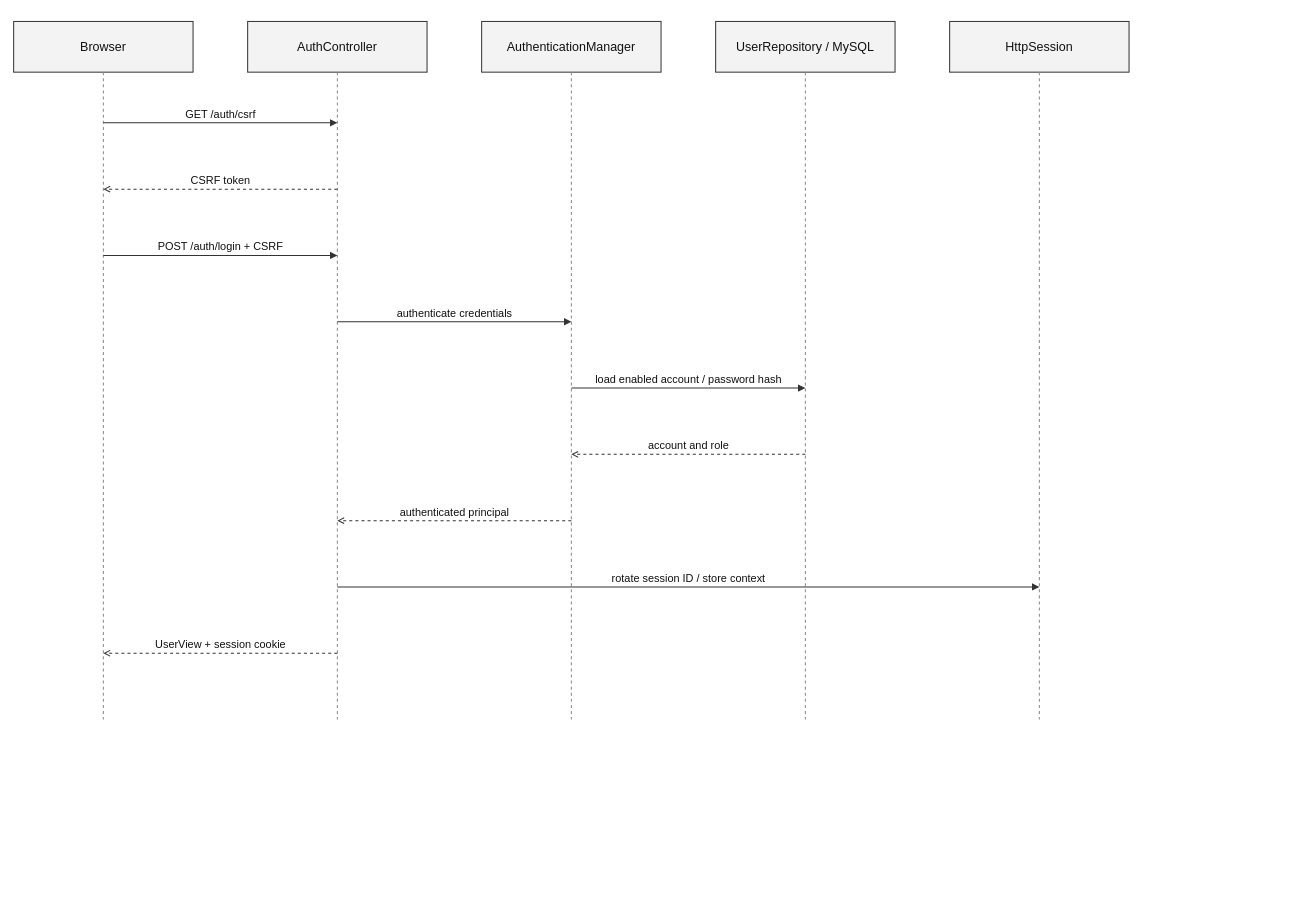
Before: thesis/figure-assets/diagrams/18-seq-login.drawio in ZeroRegister/SupermarketsSystem, a draw.io diagram. Source tidied: cells renumbered, new cells numbered last; positions are measured from the earlier drawing's top-left corner, leaving out a move shared by most shapes. Both pictures are drawn from the tidied source at 78%, with x=0, y=0 at pixel (13, 21).
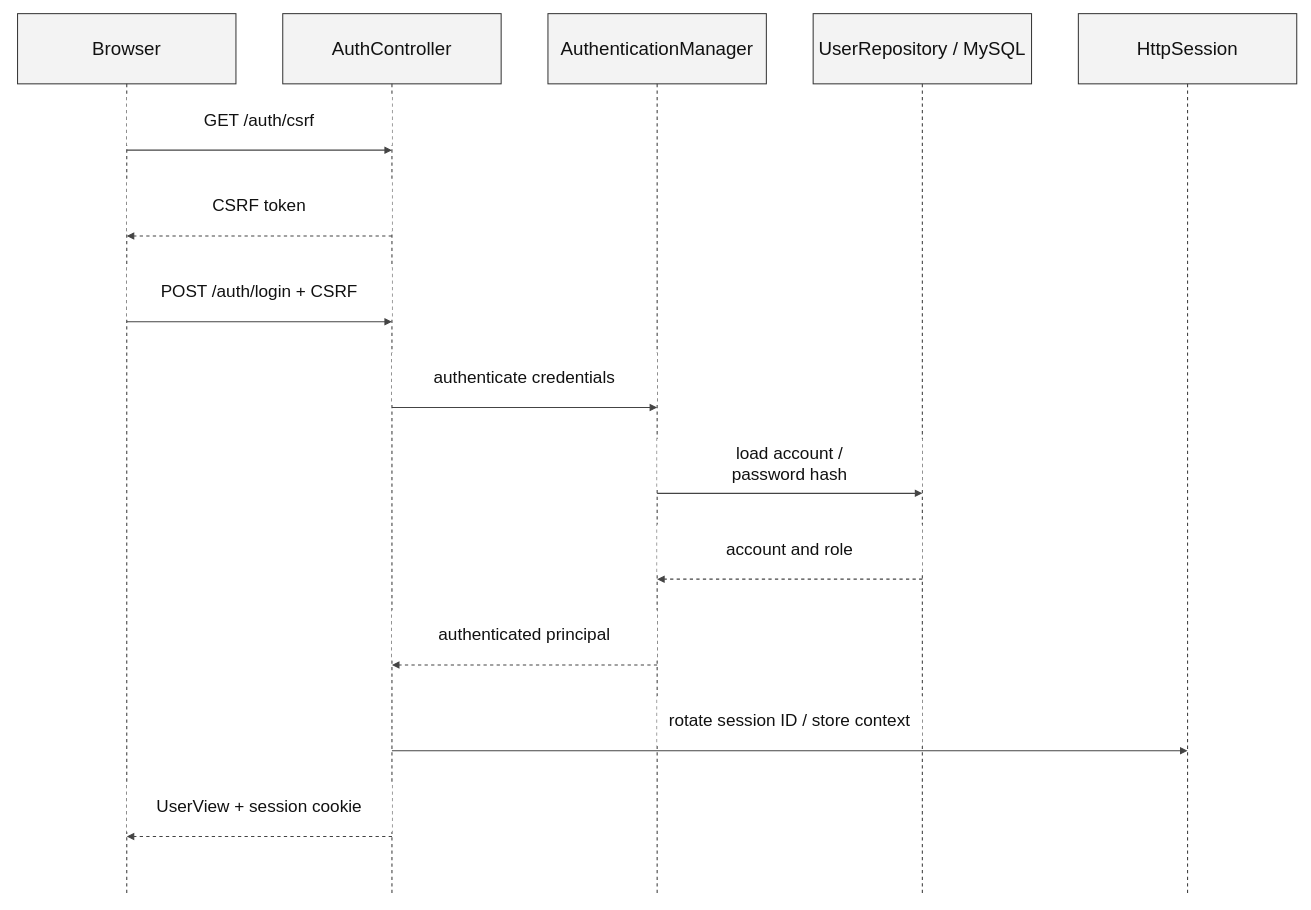
The same diagram, later.

Change to the diagram source:
```diff
@@
-    <mxCell id="2" value="Browser" style="whiteSpace=wrap;html=1;fontFamily=Arial;fontSize=16;fontColor=#111111;strokeColor=#333333;strokeWidth=1.3;rounded=0;fillColor=#ffffff;fillColor=#f3f3f3;" parent="1" vertex="1">
-      <mxGeometry width="230" height="65" as="geometry" />
+    <mxCell id="2" value="Browser" style="whiteSpace=wrap;html=1;fontFamily=Arial;fontSize=22;fontColor=#111111;strokeColor=#333333;strokeWidth=1.3;rounded=0;fillColor=#ffffff;fillColor=#f3f3f3;fontSize=24;fontSize=24;" parent="1" vertex="1">
+      <mxGeometry x="5" y="-10" width="280" height="90" as="geometry" />
     </mxCell>
-    <mxCell id="3" style="whiteSpace=wrap;html=1;fontFamily=Arial;fontSize=16;fontColor=#111111;strokeColor=#333333;strokeWidth=1.3;endArrow=block;endFill=1;fontSize=14;whiteSpace=nowrap;verticalAlign=bottom;labelBackgroundColor=#ffffff;dashed=1;endArrow=none;strokeColor=#888888;" parent="1" edge="1">
+    <mxCell id="3" style="html=1;rounded=0;strokeColor=#444444;strokeWidth=1.4;endArrow=none;endFill=1;dashed=1;" parent="1" edge="1">
       <mxGeometry relative="1" as="geometry">
-        <mxPoint x="115" y="65" as="sourcePoint" />
-        <mxPoint x="115" y="895" as="targetPoint" />
+        <mxPoint x="145" y="80" as="sourcePoint" />
+        <mxPoint x="145" y="1120" as="targetPoint" />
       </mxGeometry>
     </mxCell>
-    <mxCell id="4" value="AuthController" style="whiteSpace=wrap;html=1;fontFamily=Arial;fontSize=16;fontColor=#111111;strokeColor=#333333;strokeWidth=1.3;rounded=0;fillColor=#ffffff;fillColor=#f3f3f3;" parent="1" vertex="1">
-      <mxGeometry x="300" width="230" height="65" as="geometry" />
+    <mxCell id="4" value="AuthController" style="whiteSpace=wrap;html=1;fontFamily=Arial;fontSize=22;fontColor=#111111;strokeColor=#333333;strokeWidth=1.3;rounded=0;fillColor=#ffffff;fillColor=#f3f3f3;fontSize=24;fontSize=24;" parent="1" vertex="1">
+      <mxGeometry x="345" y="-10" width="280" height="90" as="geometry" />
     </mxCell>
-    <mxCell id="5" style="whiteSpace=wrap;html=1;fontFamily=Arial;fontSize=16;fontColor=#111111;strokeColor=#333333;strokeWidth=1.3;endArrow=block;endFill=1;fontSize=14;whiteSpace=nowrap;verticalAlign=bottom;labelBackgroundColor=#ffffff;dashed=1;endArrow=none;strokeColor=#888888;" parent="1" edge="1">
+    <mxCell id="5" style="html=1;rounded=0;strokeColor=#444444;strokeWidth=1.4;endArrow=none;endFill=1;dashed=1;" parent="1" edge="1">
       <mxGeometry relative="1" as="geometry">
-        <mxPoint x="415" y="65" as="sourcePoint" />
-        <mxPoint x="415" y="895" as="targetPoint" />
+        <mxPoint x="485" y="80" as="sourcePoint" />
+        <mxPoint x="485" y="1120" as="targetPoint" />
       </mxGeometry>
     </mxCell>
-    <mxCell id="6" value="AuthenticationManager" style="whiteSpace=wrap;html=1;fontFamily=Arial;fontSize=16;fontColor=#111111;strokeColor=#333333;strokeWidth=1.3;rounded=0;fillColor=#ffffff;fillColor=#f3f3f3;" parent="1" vertex="1">
-      <mxGeometry x="600" width="230" height="65" as="geometry" />
+    <mxCell id="6" value="AuthenticationManager" style="whiteSpace=wrap;html=1;fontFamily=Arial;fontSize=22;fontColor=#111111;strokeColor=#333333;strokeWidth=1.3;rounded=0;fillColor=#ffffff;fillColor=#f3f3f3;fontSize=24;fontSize=24;" parent="1" vertex="1">
+      <mxGeometry x="685" y="-10" width="280" height="90" as="geometry" />
     </mxCell>
-    <mxCell id="7" style="whiteSpace=wrap;html=1;fontFamily=Arial;fontSize=16;fontColor=#111111;strokeColor=#333333;strokeWidth=1.3;endArrow=block;endFill=1;fontSize=14;whiteSpace=nowrap;verticalAlign=bottom;labelBackgroundColor=#ffffff;dashed=1;endArrow=none;strokeColor=#888888;" parent="1" edge="1">
+    <mxCell id="7" style="html=1;rounded=0;strokeColor=#444444;strokeWidth=1.4;endArrow=none;endFill=1;dashed=1;" parent="1" edge="1">
       <mxGeometry relative="1" as="geometry">
-        <mxPoint x="715" y="65" as="sourcePoint" />
-        <mxPoint x="715" y="895" as="targetPoint" />
+        <mxPoint x="825" y="80" as="sourcePoint" />
+        <mxPoint x="825" y="1120" as="targetPoint" />
       </mxGeometry>
     </mxCell>
-    <mxCell id="8" value="UserRepository / MySQL" style="whiteSpace=wrap;html=1;fontFamily=Arial;fontSize=16;fontColor=#111111;strokeColor=#333333;strokeWidth=1.3;rounded=0;fillColor=#ffffff;fillColor=#f3f3f3;" parent="1" vertex="1">
-      <mxGeometry x="900" width="230" height="65" as="geometry" />
+    <mxCell id="8" value="UserRepository / MySQL" style="whiteSpace=wrap;html=1;fontFamily=Arial;fontSize=22;fontColor=#111111;strokeColor=#333333;strokeWidth=1.3;rounded=0;fillColor=#ffffff;fillColor=#f3f3f3;fontSize=24;fontSize=24;" parent="1" vertex="1">
+      <mxGeometry x="1025" y="-10" width="280" height="90" as="geometry" />
     </mxCell>
-    <mxCell id="9" style="whiteSpace=wrap;html=1;fontFamily=Arial;fontSize=16;fontColor=#111111;strokeColor=#333333;strokeWidth=1.3;endArrow=block;endFill=1;fontSize=14;whiteSpace=nowrap;verticalAlign=bottom;labelBackgroundColor=#ffffff;dashed=1;endArrow=none;strokeColor=#888888;" parent="1" edge="1">
+    <mxCell id="9" style="html=1;rounded=0;strokeColor=#444444;strokeWidth=1.4;endArrow=none;endFill=1;dashed=1;" parent="1" edge="1">
       <mxGeometry relative="1" as="geometry">
-        <mxPoint x="1015" y="65" as="sourcePoint" />
-        <mxPoint x="1015" y="895" as="targetPoint" />
+        <mxPoint x="1165" y="80" as="sourcePoint" />
+        <mxPoint x="1165" y="1120" as="targetPoint" />
       </mxGeometry>
     </mxCell>
-    <mxCell id="10" value="HttpSession" style="whiteSpace=wrap;html=1;fontFamily=Arial;fontSize=16;fontColor=#111111;strokeColor=#333333;strokeWidth=1.3;rounded=0;fillColor=#ffffff;fillColor=#f3f3f3;" parent="1" vertex="1">
-      <mxGeometry x="1200" width="230" height="65" as="geometry" />
+    <mxCell id="10" value="HttpSession" style="whiteSpace=wrap;html=1;fontFamily=Arial;fontSize=22;fontColor=#111111;strokeColor=#333333;strokeWidth=1.3;rounded=0;fillColor=#ffffff;fillColor=#f3f3f3;fontSize=24;fontSize=24;" parent="1" vertex="1">
+      <mxGeometry x="1365" y="-10" width="280" height="90" as="geometry" />
     </mxCell>
-    <mxCell id="11" style="whiteSpace=wrap;html=1;fontFamily=Arial;fontSize=16;fontColor=#111111;strokeColor=#333333;strokeWidth=1.3;endArrow=block;endFill=1;fontSize=14;whiteSpace=nowrap;verticalAlign=bottom;labelBackgroundColor=#ffffff;dashed=1;endArrow=none;strokeColor=#888888;" parent="1" edge="1">
+    <mxCell id="11" style="html=1;rounded=0;strokeColor=#444444;strokeWidth=1.4;endArrow=none;endFill=1;dashed=1;" parent="1" edge="1">
       <mxGeometry relative="1" as="geometry">
-        <mxPoint x="1315" y="65" as="sourcePoint" />
-        <mxPoint x="1315" y="895" as="targetPoint" />
+        <mxPoint x="1505" y="80" as="sourcePoint" />
+        <mxPoint x="1505" y="1120" as="targetPoint" />
       </mxGeometry>
     </mxCell>
-    <mxCell id="12" value="GET /auth/csrf" style="whiteSpace=wrap;html=1;fontFamily=Arial;fontSize=16;fontColor=#111111;strokeColor=#333333;strokeWidth=1.3;endArrow=block;endFill=1;fontSize=14;whiteSpace=nowrap;verticalAlign=bottom;labelBackgroundColor=#ffffff;endArrow=block;" parent="1" edge="1">
+    <mxCell id="12" style="html=1;rounded=0;strokeColor=#444444;strokeWidth=1.4;endArrow=block;endFill=1;" parent="1" edge="1">
       <mxGeometry relative="1" as="geometry">
-        <mxPoint x="115" y="130" as="sourcePoint" />
-        <mxPoint x="415" y="130" as="targetPoint" />
+        <mxPoint x="145" y="165" as="sourcePoint" />
+        <mxPoint x="485" y="165" as="targetPoint" />
       </mxGeometry>
     </mxCell>
-    <mxCell id="13" value="CSRF token" style="whiteSpace=wrap;html=1;fontFamily=Arial;fontSize=16;fontColor=#111111;strokeColor=#333333;strokeWidth=1.3;endArrow=block;endFill=1;fontSize=14;whiteSpace=nowrap;verticalAlign=bottom;labelBackgroundColor=#ffffff;dashed=1;endArrow=open;" parent="1" edge="1">
-      <mxGeometry relative="1" as="geometry">
-        <mxPoint x="415" y="215" as="sourcePoint" />
-        <mxPoint x="115" y="215" as="targetPoint" />
-      </mxGeometry>
+    <mxCell id="13" value="GET /auth/csrf" style="whiteSpace=wrap;html=1;fontFamily=Arial;fontSize=22;fontColor=#111111;strokeColor=#333333;strokeWidth=1.3;rounded=0;fillColor=#ffffff;strokeColor=none;fontSize=22;fontSize=22;" parent="1" vertex="1">
+      <mxGeometry x="145" y="95" width="340" height="64" as="geometry" />
     </mxCell>
-    <mxCell id="14" value="POST /auth/login + CSRF" style="whiteSpace=wrap;html=1;fontFamily=Arial;fontSize=16;fontColor=#111111;strokeColor=#333333;strokeWidth=1.3;endArrow=block;endFill=1;fontSize=14;whiteSpace=nowrap;verticalAlign=bottom;labelBackgroundColor=#ffffff;endArrow=block;" parent="1" edge="1">
+    <mxCell id="14" style="html=1;rounded=0;strokeColor=#444444;strokeWidth=1.4;endArrow=block;endFill=1;dashed=1;" parent="1" edge="1">
       <mxGeometry relative="1" as="geometry">
-        <mxPoint x="115" y="300" as="sourcePoint" />
-        <mxPoint x="415" y="300" as="targetPoint" />
+        <mxPoint x="485" y="275" as="sourcePoint" />
+        <mxPoint x="145" y="275" as="targetPoint" />
       </mxGeometry>
     </mxCell>
-    <mxCell id="15" value="authenticate credentials" style="whiteSpace=wrap;html=1;fontFamily=Arial;fontSize=16;fontColor=#111111;strokeColor=#333333;strokeWidth=1.3;endArrow=block;endFill=1;fontSize=14;whiteSpace=nowrap;verticalAlign=bottom;labelBackgroundColor=#ffffff;endArrow=block;" parent="1" edge="1">
-      <mxGeometry relative="1" as="geometry">
-        <mxPoint x="415" y="385" as="sourcePoint" />
-        <mxPoint x="715" y="385" as="targetPoint" />
-      </mxGeometry>
+    <mxCell id="15" value="CSRF token" style="whiteSpace=wrap;html=1;fontFamily=Arial;fontSize=22;fontColor=#111111;strokeColor=#333333;strokeWidth=1.3;rounded=0;fillColor=#ffffff;strokeColor=none;fontSize=22;fontSize=22;" parent="1" vertex="1">
+      <mxGeometry x="145" y="205" width="340" height="64" as="geometry" />
     </mxCell>
-    <mxCell id="16" value="load enabled account / password hash" style="whiteSpace=wrap;html=1;fontFamily=Arial;fontSize=16;fontColor=#111111;strokeColor=#333333;strokeWidth=1.3;endArrow=block;endFill=1;fontSize=14;whiteSpace=nowrap;verticalAlign=bottom;labelBackgroundColor=#ffffff;endArrow=block;" parent="1" edge="1">
+    <mxCell id="16" style="html=1;rounded=0;strokeColor=#444444;strokeWidth=1.4;endArrow=block;endFill=1;" parent="1" edge="1">
       <mxGeometry relative="1" as="geometry">
-        <mxPoint x="715" y="470" as="sourcePoint" />
-        <mxPoint x="1015" y="470" as="targetPoint" />
+        <mxPoint x="145" y="385" as="sourcePoint" />
+        <mxPoint x="485" y="385" as="targetPoint" />
       </mxGeometry>
     </mxCell>
-    <mxCell id="17" value="account and role" style="whiteSpace=wrap;html=1;fontFamily=Arial;fontSize=16;fontColor=#111111;strokeColor=#333333;strokeWidth=1.3;endArrow=block;endFill=1;fontSize=14;whiteSpace=nowrap;verticalAlign=bottom;labelBackgroundColor=#ffffff;dashed=1;endArrow=open;" parent="1" edge="1">
-      <mxGeometry relative="1" as="geometry">
-        <mxPoint x="1015" y="555" as="sourcePoint" />
-        <mxPoint x="715" y="555" as="targetPoint" />
-      </mxGeometry>
+    <mxCell id="17" value="POST /auth/login + CSRF" style="whiteSpace=wrap;html=1;fontFamily=Arial;fontSize=22;fontColor=#111111;strokeColor=#333333;strokeWidth=1.3;rounded=0;fillColor=#ffffff;strokeColor=none;fontSize=22;fontSize=22;" parent="1" vertex="1">
+      <mxGeometry x="145" y="315" width="340" height="64" as="geometry" />
     </mxCell>
-    <mxCell id="18" value="authenticated principal" style="whiteSpace=wrap;html=1;fontFamily=Arial;fontSize=16;fontColor=#111111;strokeColor=#333333;strokeWidth=1.3;endArrow=block;endFill=1;fontSize=14;whiteSpace=nowrap;verticalAlign=bottom;labelBackgroundColor=#ffffff;dashed=1;endArrow=open;" parent="1" edge="1">
+    <mxCell id="18" style="html=1;rounded=0;strokeColor=#444444;strokeWidth=1.4;endArrow=block;endFill=1;" parent="1" edge="1">
       <mxGeometry relative="1" as="geometry">
-        <mxPoint x="715" y="640" as="sourcePoint" />
-        <mxPoint x="415" y="640" as="targetPoint" />
+        <mxPoint x="485" y="495" as="sourcePoint" />
+        <mxPoint x="825" y="495" as="targetPoint" />
       </mxGeometry>
     </mxCell>
-    <mxCell id="19" value="rotate session ID / store context" style="whiteSpace=wrap;html=1;fontFamily=Arial;fontSize=16;fontColor=#111111;strokeColor=#333333;strokeWidth=1.3;endArrow=block;endFill=1;fontSize=14;whiteSpace=nowrap;verticalAlign=bottom;labelBackgroundColor=#ffffff;endArrow=block;" parent="1" edge="1">
-      <mxGeometry relative="1" as="geometry">
-        <mxPoint x="415" y="725" as="sourcePoint" />
-        <mxPoint x="1315" y="725" as="targetPoint" />
-      </mxGeometry>
+    <mxCell id="19" value="authenticate credentials" style="whiteSpace=wrap;html=1;fontFamily=Arial;fontSize=22;fontColor=#111111;strokeColor=#333333;strokeWidth=1.3;rounded=0;fillColor=#ffffff;strokeColor=none;fontSize=22;fontSize=22;" parent="1" vertex="1">
+      <mxGeometry x="485" y="425" width="340" height="64" as="geometry" />
     </mxCell>
-    <mxCell id="20" value="UserView + session cookie" style="whiteSpace=wrap;html=1;fontFamily=Arial;fontSize=16;fontColor=#111111;strokeColor=#333333;strokeWidth=1.3;endArrow=block;endFill=1;fontSize=14;whiteSpace=nowrap;verticalAlign=bottom;labelBackgroundColor=#ffffff;dashed=1;endArrow=open;" parent="1" edge="1">
+    <mxCell id="20" style="html=1;rounded=0;strokeColor=#444444;strokeWidth=1.4;endArrow=block;endFill=1;" parent="1" edge="1">
       <mxGeometry relative="1" as="geometry">
-        <mxPoint x="415" y="810" as="sourcePoint" />
-        <mxPoint x="115" y="810" as="targetPoint" />
+        <mxPoint x="825" y="605" as="sourcePoint" />
+        <mxPoint x="1165" y="605" as="targetPoint" />
       </mxGeometry>
     </mxCell>
+    <mxCell id="21" value="load account /&#10;password hash" style="whiteSpace=wrap;html=1;fontFamily=Arial;fontSize=22;fontColor=#111111;strokeColor=#333333;strokeWidth=1.3;rounded=0;fillColor=#ffffff;strokeColor=none;fontSize=22;fontSize=22;" parent="1" vertex="1">
+      <mxGeometry x="825" y="535" width="340" height="64" as="geometry" />
+    </mxCell>
+    <mxCell id="22" style="html=1;rounded=0;strokeColor=#444444;strokeWidth=1.4;endArrow=block;endFill=1;dashed=1;" parent="1" edge="1">
+      <mxGeometry relative="1" as="geometry">
+        <mxPoint x="1165" y="715" as="sourcePoint" />
+        <mxPoint x="825" y="715" as="targetPoint" />
+      </mxGeometry>
+    </mxCell>
+    <mxCell id="23" value="account and role" style="whiteSpace=wrap;html=1;fontFamily=Arial;fontSize=22;fontColor=#111111;strokeColor=#333333;strokeWidth=1.3;rounded=0;fillColor=#ffffff;strokeColor=none;fontSize=22;fontSize=22;" parent="1" vertex="1">
+      <mxGeometry x="825" y="645" width="340" height="64" as="geometry" />
+    </mxCell>
+    <mxCell id="24" style="html=1;rounded=0;strokeColor=#444444;strokeWidth=1.4;endArrow=block;endFill=1;dashed=1;" parent="1" edge="1">
+      <mxGeometry relative="1" as="geometry">
+        <mxPoint x="825" y="825" as="sourcePoint" />
+        <mxPoint x="485" y="825" as="targetPoint" />
+      </mxGeometry>
+    </mxCell>
+    <mxCell id="25" value="authenticated principal" style="whiteSpace=wrap;html=1;fontFamily=Arial;fontSize=22;fontColor=#111111;strokeColor=#333333;strokeWidth=1.3;rounded=0;fillColor=#ffffff;strokeColor=none;fontSize=22;fontSize=22;" parent="1" vertex="1">
+      <mxGeometry x="485" y="755" width="340" height="64" as="geometry" />
+    </mxCell>
+    <mxCell id="26" style="html=1;rounded=0;strokeColor=#444444;strokeWidth=1.4;endArrow=block;endFill=1;" parent="1" edge="1">
+      <mxGeometry relative="1" as="geometry">
+        <mxPoint x="485" y="935" as="sourcePoint" />
+        <mxPoint x="1505" y="935" as="targetPoint" />
+      </mxGeometry>
+    </mxCell>
+    <mxCell id="27" value="rotate session ID / store context" style="whiteSpace=wrap;html=1;fontFamily=Arial;fontSize=22;fontColor=#111111;strokeColor=#333333;strokeWidth=1.3;rounded=0;fillColor=#ffffff;strokeColor=none;fontSize=22;fontSize=22;" parent="1" vertex="1">
+      <mxGeometry x="825" y="865" width="340" height="64" as="geometry" />
+    </mxCell>
+    <mxCell id="28" style="html=1;rounded=0;strokeColor=#444444;strokeWidth=1.4;endArrow=block;endFill=1;dashed=1;" parent="1" edge="1">
+      <mxGeometry relative="1" as="geometry">
+        <mxPoint x="485" y="1045" as="sourcePoint" />
+        <mxPoint x="145" y="1045" as="targetPoint" />
+      </mxGeometry>
+    </mxCell>
+    <mxCell id="29" value="UserView + session cookie" style="whiteSpace=wrap;html=1;fontFamily=Arial;fontSize=22;fontColor=#111111;strokeColor=#333333;strokeWidth=1.3;rounded=0;fillColor=#ffffff;strokeColor=none;fontSize=22;fontSize=22;" parent="1" vertex="1">
+      <mxGeometry x="145" y="975" width="340" height="64" as="geometry" />
+    </mxCell>
```
